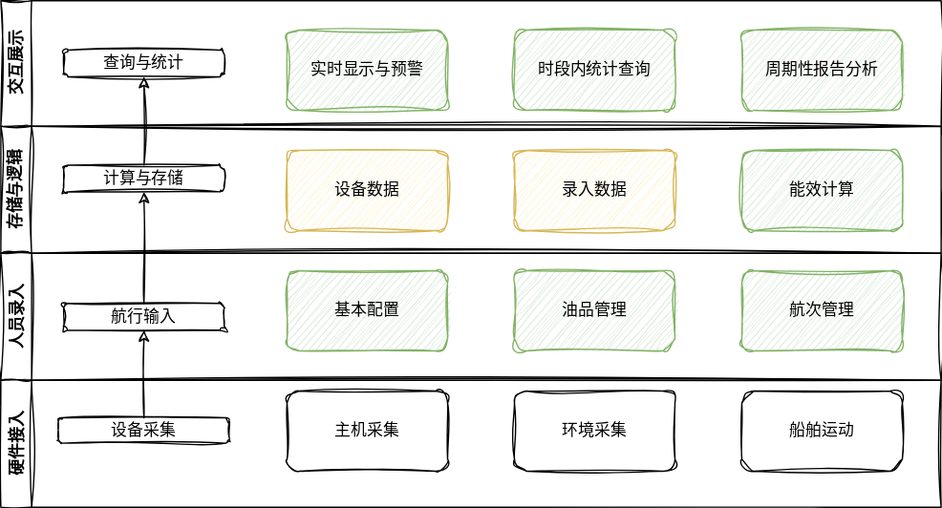
The draw.io diagram 702-能效.drawio.svg in lzdong0714/note, before a commit. Source tidied: cells renumbered, new cells last; positions are measured from the earlier drawing's top-left corner, leaving out a move shared by most shapes.
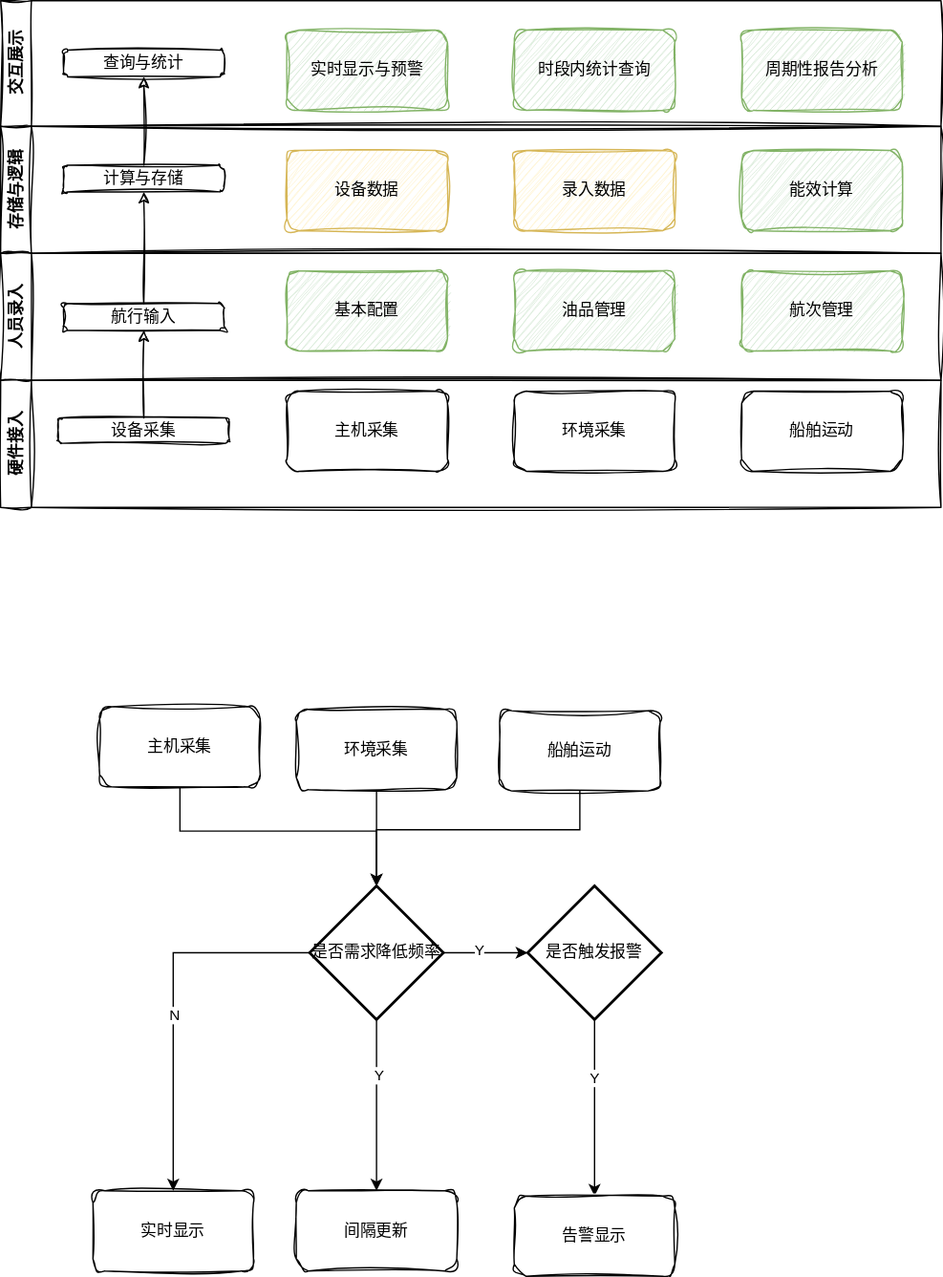
After the change.

Diff of the diagram source:
```diff
@@ -71,5 +71,72 @@
     <mxCell id="24" style="edgeStyle=orthogonalEdgeStyle;rounded=0;sketch=1;hachureGap=4;jiggle=2;curveFitting=1;jettySize=auto;html=1;fontFamily=Architects Daughter;fontSource=https%3A%2F%2Ffonts.googleapis.com%2Fcss%3Ffamily%3DArchitects%2BDaughter;" parent="1" edge="1" source="17" target="15">
       <mxGeometry relative="1" as="geometry" />
     </mxCell>
+    <mxCell id="25" value="主机采集" style="rounded=1;whiteSpace=wrap;html=1;sketch=1;hachureGap=4;jiggle=2;curveFitting=1;fontFamily=Architects Daughter;fontSource=https%3A%2F%2Ffonts.googleapis.com%2Fcss%3Ffamily%3DArchitects%2BDaughter;" parent="1" vertex="1">
+      <mxGeometry x="74" y="528" width="120" height="60" as="geometry" />
+    </mxCell>
+    <mxCell id="26" style="edgeStyle=orthogonalEdgeStyle;rounded=0;jettySize=auto;html=1;" parent="1" edge="1" source="27" target="36">
+      <mxGeometry relative="1" as="geometry" />
+    </mxCell>
+    <mxCell id="27" value="环境采集" style="rounded=1;whiteSpace=wrap;html=1;sketch=1;hachureGap=4;jiggle=2;curveFitting=1;fontFamily=Architects Daughter;fontSource=https%3A%2F%2Ffonts.googleapis.com%2Fcss%3Ffamily%3DArchitects%2BDaughter;" parent="1" vertex="1">
+      <mxGeometry x="221" y="530" width="120" height="60" as="geometry" />
+    </mxCell>
+    <mxCell id="28" value="船舶运动" style="rounded=1;whiteSpace=wrap;html=1;sketch=1;hachureGap=4;jiggle=2;curveFitting=1;fontFamily=Architects Daughter;fontSource=https%3A%2F%2Ffonts.googleapis.com%2Fcss%3Ffamily%3DArchitects%2BDaughter;" parent="1" vertex="1">
+      <mxGeometry x="373" y="531" width="120" height="60" as="geometry" />
+    </mxCell>
+    <mxCell id="29" value="实时显示" style="rounded=1;whiteSpace=wrap;html=1;sketch=1;curveFitting=1;jiggle=2;" parent="1" vertex="1">
+      <mxGeometry x="69" y="890" width="120" height="60" as="geometry" />
+    </mxCell>
+    <mxCell id="30" style="edgeStyle=orthogonalEdgeStyle;rounded=0;jettySize=auto;html=1;entryX=0.5;entryY=0;entryDx=0;entryDy=0;" parent="1" edge="1" source="36" target="29">
+      <mxGeometry relative="1" as="geometry" />
+    </mxCell>
+    <mxCell id="31" value="N" style="edgeLabel;html=1;align=center;verticalAlign=middle;" parent="30" vertex="1">
+      <mxGeometry x="0.06" y="1" relative="1" as="geometry" />
+    </mxCell>
+    <mxCell id="32" style="edgeStyle=orthogonalEdgeStyle;rounded=0;jettySize=auto;html=1;" parent="1" edge="1" source="36" target="39">
+      <mxGeometry relative="1" as="geometry" />
+    </mxCell>
+    <mxCell id="33" value="Y" style="edgeLabel;html=1;align=center;verticalAlign=middle;" parent="32" vertex="1">
+      <mxGeometry x="-0.17" y="2" relative="1" as="geometry" />
+    </mxCell>
+    <mxCell id="34" style="edgeStyle=orthogonalEdgeStyle;rounded=0;jettySize=auto;html=1;" parent="1" edge="1" source="36" target="41">
+      <mxGeometry relative="1" as="geometry" />
+    </mxCell>
+    <mxCell id="35" value="Y" style="edgeLabel;html=1;align=center;verticalAlign=middle;" parent="34" vertex="1">
+      <mxGeometry x="-0.34" y="2" relative="1" as="geometry" />
+    </mxCell>
+    <mxCell id="36" value="是否需求降低频率" style="strokeWidth=2;html=1;shape=mxgraph.flowchart.decision;whiteSpace=wrap;" parent="1" vertex="1">
+      <mxGeometry x="231" y="662" width="100" height="100" as="geometry" />
+    </mxCell>
+    <mxCell id="37" style="edgeStyle=orthogonalEdgeStyle;rounded=0;jettySize=auto;html=1;" parent="1" edge="1" source="39" target="40">
+      <mxGeometry relative="1" as="geometry" />
+    </mxCell>
+    <mxCell id="38" value="Y" style="edgeLabel;html=1;align=center;verticalAlign=middle;" parent="37" vertex="1">
+      <mxGeometry x="-0.33" relative="1" as="geometry" />
+    </mxCell>
+    <mxCell id="39" value="是否触发报警" style="strokeWidth=2;html=1;shape=mxgraph.flowchart.decision;whiteSpace=wrap;" parent="1" vertex="1">
+      <mxGeometry x="394" y="662" width="100" height="100" as="geometry" />
+    </mxCell>
+    <mxCell id="40" value="告警显示" style="rounded=1;whiteSpace=wrap;html=1;sketch=1;curveFitting=1;jiggle=2;" parent="1" vertex="1">
+      <mxGeometry x="384" y="894" width="120" height="60" as="geometry" />
+    </mxCell>
+    <mxCell id="41" value="间隔更新" style="rounded=1;whiteSpace=wrap;html=1;sketch=1;curveFitting=1;jiggle=2;" parent="1" vertex="1">
+      <mxGeometry x="221" y="890" width="120" height="60" as="geometry" />
+    </mxCell>
+    <mxCell id="42" style="edgeStyle=orthogonalEdgeStyle;rounded=0;jettySize=auto;html=1;entryX=0.5;entryY=0;entryDx=0;entryDy=0;entryPerimeter=0;" parent="1" edge="1" source="25" target="36">
+      <mxGeometry relative="1" as="geometry">
+        <Array as="points">
+          <mxPoint x="134" y="621" />
+          <mxPoint x="281" y="621" />
+        </Array>
+      </mxGeometry>
+    </mxCell>
+    <mxCell id="43" style="edgeStyle=orthogonalEdgeStyle;rounded=0;jettySize=auto;html=1;entryX=0.5;entryY=0;entryDx=0;entryDy=0;entryPerimeter=0;" parent="1" edge="1" source="28" target="36">
+      <mxGeometry relative="1" as="geometry">
+        <Array as="points">
+          <mxPoint x="433" y="620" />
+          <mxPoint x="281" y="620" />
+        </Array>
+      </mxGeometry>
+    </mxCell>
   </root>
 </mxGraphModel>
```
